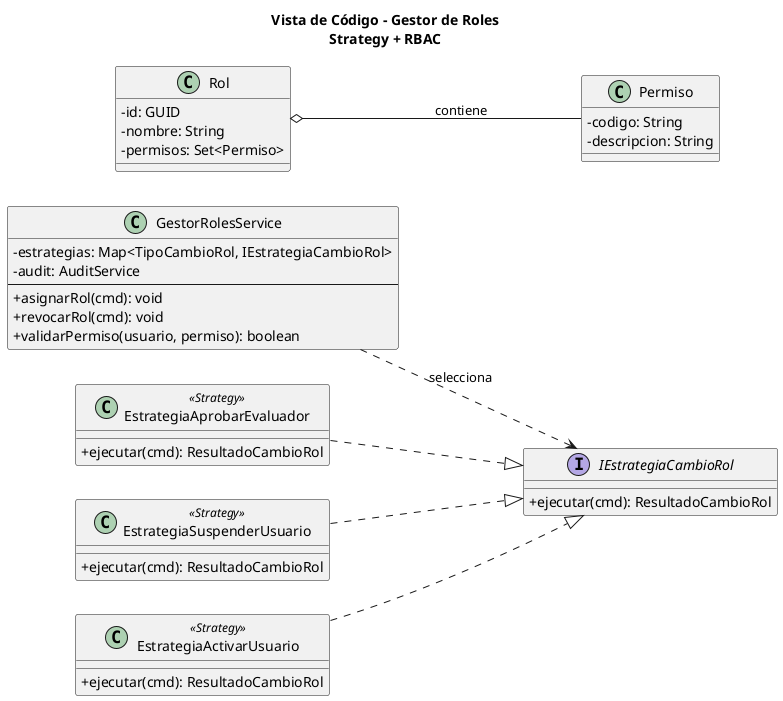
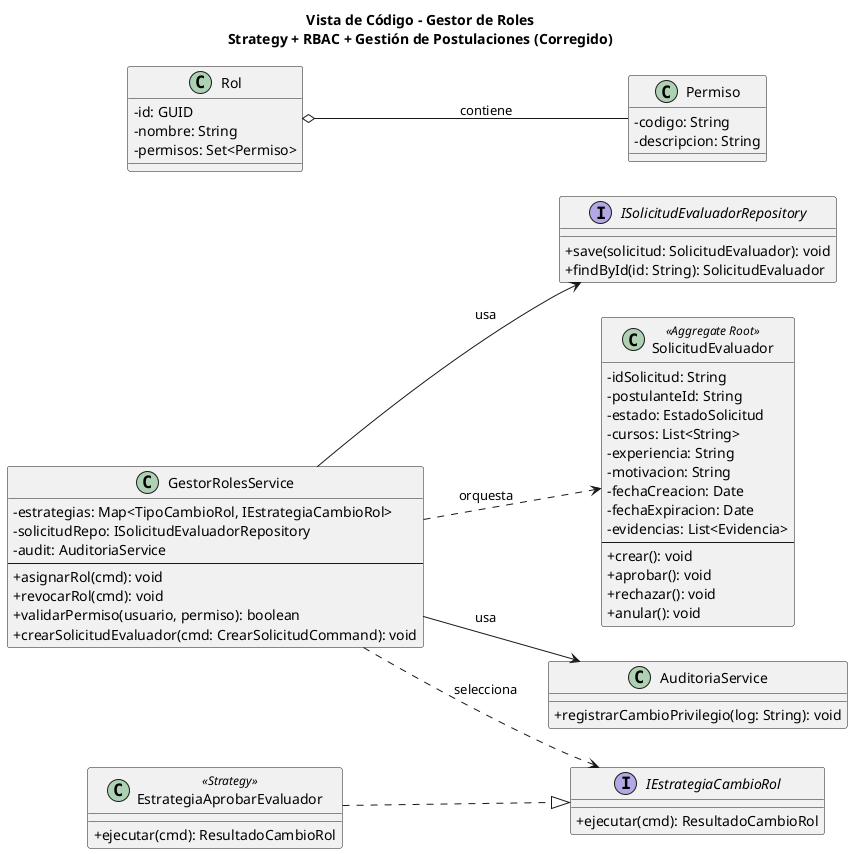
@startuml
- title Vista de Código - Gestor de Roles\nStrategy + RBAC
+ title Vista de Código - Gestor de Roles\nStrategy + RBAC + Gestión de Postulaciones (Corregido)
skinparam classAttributeIconSize 0
left to right direction
- class "GestorRolesService" as svc  {
+ 
+ class "GestorRolesService" as svc {
  -estrategias: Map<TipoCambioRol, IEstrategiaCambioRol>
-   -audit: AuditService
+   -solicitudRepo: ISolicitudEvaluadorRepository
+   -audit: AuditoriaService
  --
  +asignarRol(cmd): void
  +revocarRol(cmd): void
  +validarPermiso(usuario, permiso): boolean
+   +crearSolicitudEvaluador(cmd: CrearSolicitudCommand): void
}
- interface "IEstrategiaCambioRol" as strategy  {
+ 
+ interface "ISolicitudEvaluadorRepository" as repo {
+   +save(solicitud: SolicitudEvaluador): void
+   +findById(id: String): SolicitudEvaluador
+ }
+ 
+ class "SolicitudEvaluador" as entity <<Aggregate Root>> {
+   -idSolicitud: String
+   -postulanteId: String
+   -estado: EstadoSolicitud
+   -cursos: List<String>
+   -experiencia: String
+   -motivacion: String
+   -fechaCreacion: Date
+   -fechaExpiracion: Date
+   -evidencias: List<Evidencia>
+   --
+   +crear(): void
+   +aprobar(): void
+   +rechazar(): void
+   +anular(): void
+ }
+ 
+ class "AuditoriaService" as audit {
+   +registrarCambioPrivilegio(log: String): void
+ }
+ 
+ interface "IEstrategiaCambioRol" as strategy {
  +ejecutar(cmd): ResultadoCambioRol
}
+ 
class "EstrategiaAprobarEvaluador" as ev <<Strategy>> {
  +ejecutar(cmd): ResultadoCambioRol
}
- class "EstrategiaSuspenderUsuario" as susp <<Strategy>> {
-   +ejecutar(cmd): ResultadoCambioRol
- }
- class "EstrategiaActivarUsuario" as act <<Strategy>> {
-   +ejecutar(cmd): ResultadoCambioRol
- }
- class "Rol" as rol  {
+ 
+ class "Rol" as rol {
  -id: GUID
  -nombre: String
  -permisos: Set<Permiso>
}
- class "Permiso" as perm  {
+ 
+ class "Permiso" as perm {
  -codigo: String
  -descripcion: String
}
+ 
svc ..> strategy : selecciona
+ svc --> repo : usa
+ svc --> audit : usa
+ svc ..> entity : orquesta
ev ..|> strategy
- susp ..|> strategy
- act ..|> strategy
rol o-- perm : contiene
@enduml